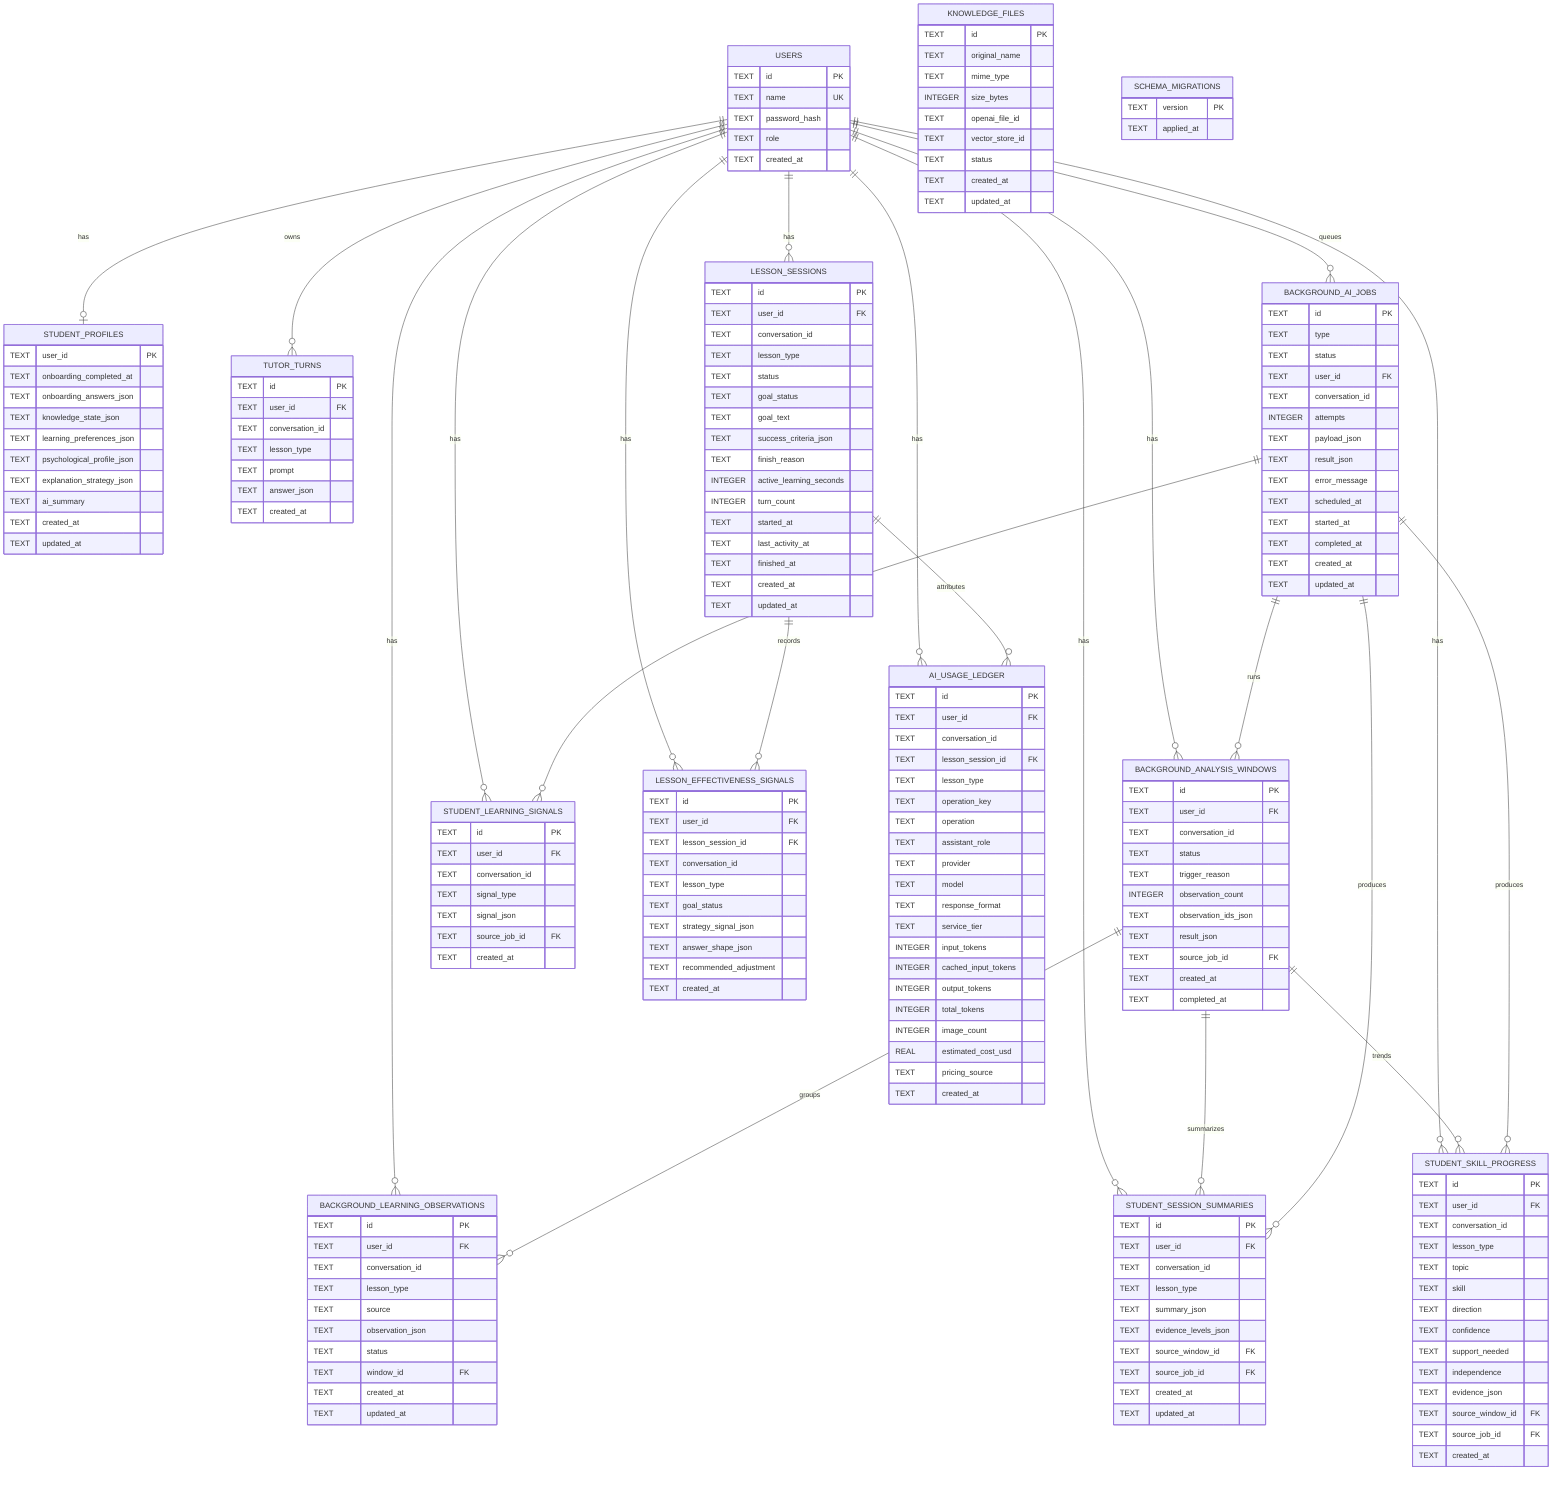
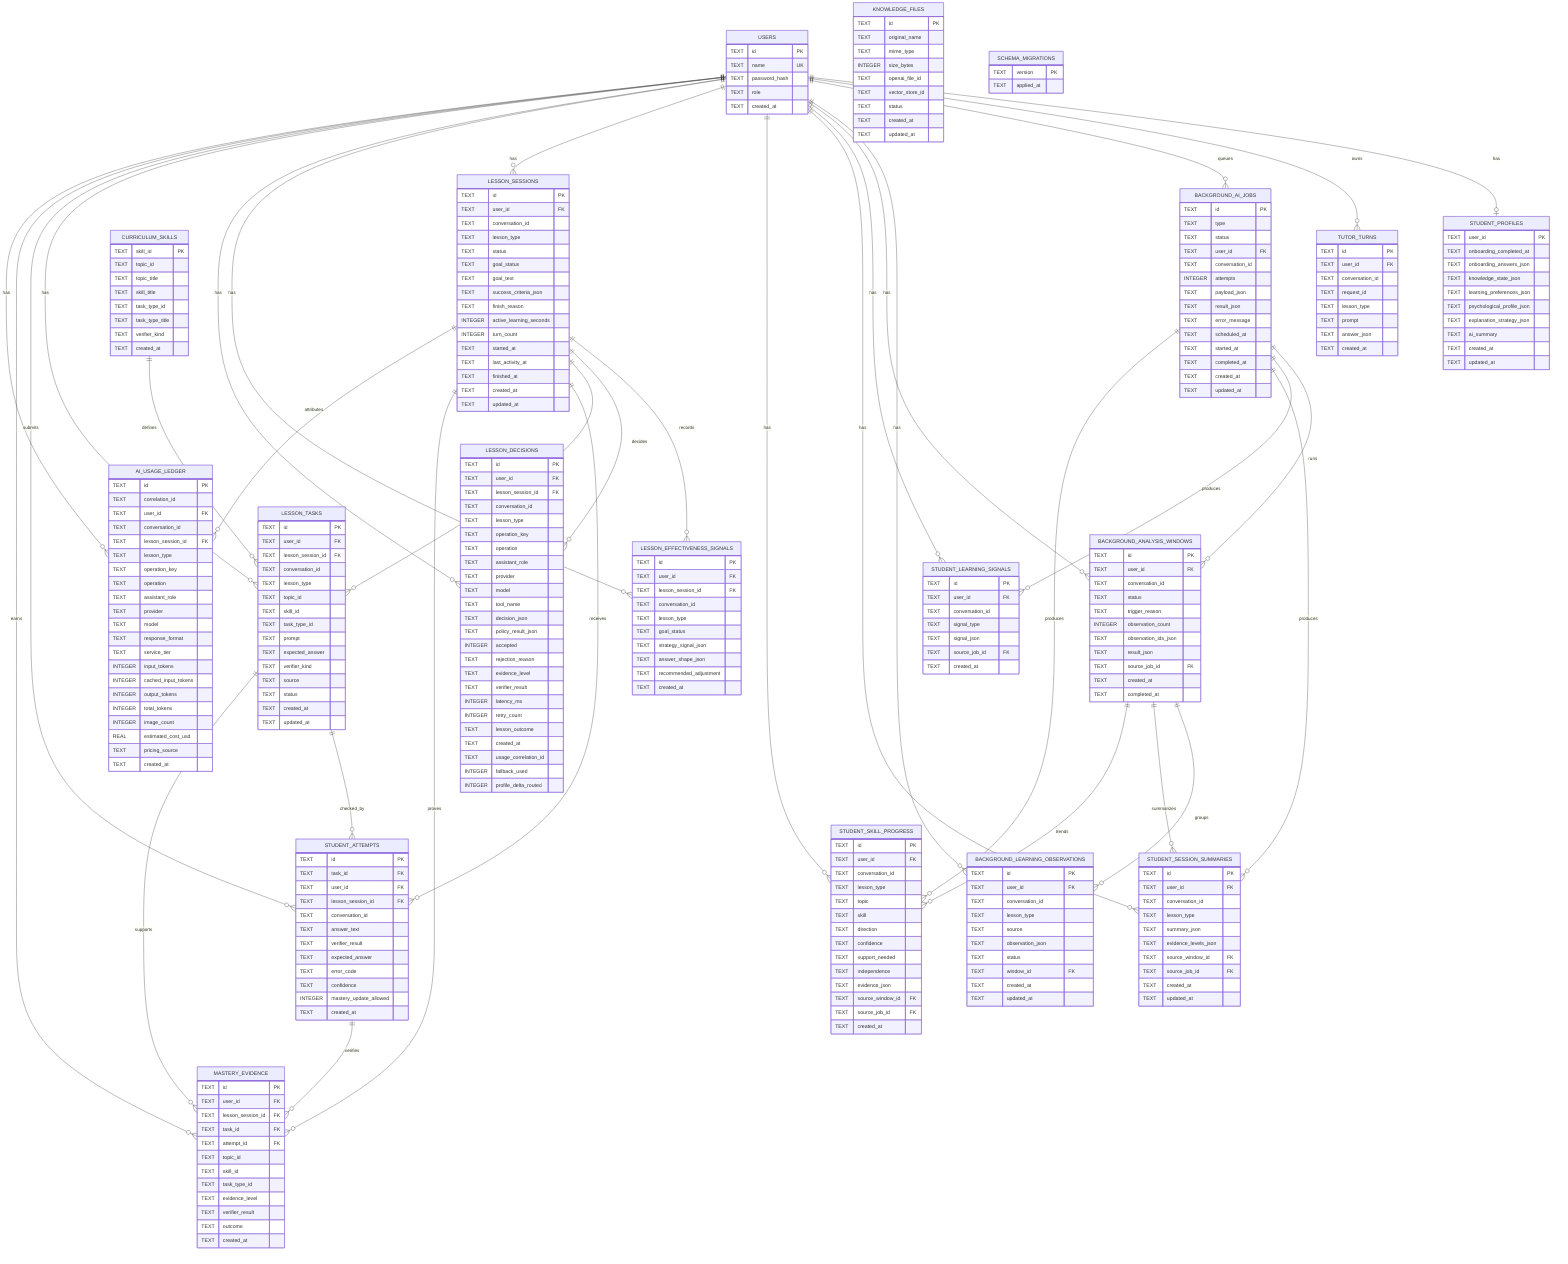
erDiagram
  USERS {
    TEXT id PK
    TEXT name UK
    TEXT password_hash
    TEXT role
    TEXT created_at
  }

  KNOWLEDGE_FILES {
    TEXT id PK
    TEXT original_name
    TEXT mime_type
    INTEGER size_bytes
    TEXT openai_file_id
    TEXT vector_store_id
    TEXT status
    TEXT created_at
    TEXT updated_at
  }

  SCHEMA_MIGRATIONS {
    TEXT version PK
    TEXT applied_at
  }

  STUDENT_PROFILES {
    TEXT user_id PK
    TEXT onboarding_completed_at
    TEXT onboarding_answers_json
    TEXT knowledge_state_json
    TEXT learning_preferences_json
    TEXT psychological_profile_json
    TEXT explanation_strategy_json
    TEXT ai_summary
    TEXT created_at
    TEXT updated_at
  }

  TUTOR_TURNS {
    TEXT id PK
    TEXT user_id FK
    TEXT conversation_id
+     TEXT request_id
    TEXT lesson_type
    TEXT prompt
    TEXT answer_json
    TEXT created_at
  }

  BACKGROUND_AI_JOBS {
    TEXT id PK
    TEXT type
    TEXT status
    TEXT user_id FK
    TEXT conversation_id
    INTEGER attempts
    TEXT payload_json
    TEXT result_json
    TEXT error_message
    TEXT scheduled_at
    TEXT started_at
    TEXT completed_at
    TEXT created_at
    TEXT updated_at
  }

  BACKGROUND_LEARNING_OBSERVATIONS {
    TEXT id PK
    TEXT user_id FK
    TEXT conversation_id
    TEXT lesson_type
    TEXT source
    TEXT observation_json
    TEXT status
    TEXT window_id FK
    TEXT created_at
    TEXT updated_at
  }

  BACKGROUND_ANALYSIS_WINDOWS {
    TEXT id PK
    TEXT user_id FK
    TEXT conversation_id
    TEXT status
    TEXT trigger_reason
    INTEGER observation_count
    TEXT observation_ids_json
    TEXT result_json
    TEXT source_job_id FK
    TEXT created_at
    TEXT completed_at
  }

  STUDENT_LEARNING_SIGNALS {
    TEXT id PK
    TEXT user_id FK
    TEXT conversation_id
    TEXT signal_type
    TEXT signal_json
    TEXT source_job_id FK
    TEXT created_at
  }

  STUDENT_SESSION_SUMMARIES {
    TEXT id PK
    TEXT user_id FK
    TEXT conversation_id
    TEXT lesson_type
    TEXT summary_json
    TEXT evidence_levels_json
    TEXT source_window_id FK
    TEXT source_job_id FK
    TEXT created_at
    TEXT updated_at
  }

  STUDENT_SKILL_PROGRESS {
    TEXT id PK
    TEXT user_id FK
    TEXT conversation_id
    TEXT lesson_type
    TEXT topic
    TEXT skill
    TEXT direction
    TEXT confidence
    TEXT support_needed
    TEXT independence
    TEXT evidence_json
    TEXT source_window_id FK
    TEXT source_job_id FK
    TEXT created_at
  }

  LESSON_SESSIONS {
    TEXT id PK
    TEXT user_id FK
    TEXT conversation_id
    TEXT lesson_type
    TEXT status
    TEXT goal_status
    TEXT goal_text
    TEXT success_criteria_json
    TEXT finish_reason
    INTEGER active_learning_seconds
    INTEGER turn_count
    TEXT started_at
    TEXT last_activity_at
    TEXT finished_at
    TEXT created_at
    TEXT updated_at
  }

  LESSON_EFFECTIVENESS_SIGNALS {
    TEXT id PK
    TEXT user_id FK
    TEXT lesson_session_id FK
    TEXT conversation_id
    TEXT lesson_type
    TEXT goal_status
    TEXT strategy_signal_json
    TEXT answer_shape_json
    TEXT recommended_adjustment
    TEXT created_at
  }

+   LESSON_DECISIONS {
+     TEXT id PK
+     TEXT user_id FK
+     TEXT lesson_session_id FK
+     TEXT conversation_id
+     TEXT lesson_type
+     TEXT operation_key
+     TEXT operation
+     TEXT assistant_role
+     TEXT provider
+     TEXT model
+     TEXT tool_name
+     TEXT decision_json
+     TEXT policy_result_json
+     INTEGER accepted
+     TEXT rejection_reason
+     TEXT evidence_level
+     TEXT verifier_result
+     INTEGER latency_ms
+     INTEGER retry_count
+     TEXT lesson_outcome
+     TEXT created_at
+     TEXT usage_correlation_id
+     INTEGER fallback_used
+     INTEGER profile_delta_routed
+   }
+ 
+   CURRICULUM_SKILLS {
+     TEXT skill_id PK
+     TEXT topic_id
+     TEXT topic_title
+     TEXT skill_title
+     TEXT task_type_id
+     TEXT task_type_title
+     TEXT verifier_kind
+     TEXT created_at
+   }
+ 
+   LESSON_TASKS {
+     TEXT id PK
+     TEXT user_id FK
+     TEXT lesson_session_id FK
+     TEXT conversation_id
+     TEXT lesson_type
+     TEXT topic_id
+     TEXT skill_id
+     TEXT task_type_id
+     TEXT prompt
+     TEXT expected_answer
+     TEXT verifier_kind
+     TEXT source
+     TEXT status
+     TEXT created_at
+     TEXT updated_at
+   }
+ 
+   STUDENT_ATTEMPTS {
+     TEXT id PK
+     TEXT task_id FK
+     TEXT user_id FK
+     TEXT lesson_session_id FK
+     TEXT conversation_id
+     TEXT answer_text
+     TEXT verifier_result
+     TEXT expected_answer
+     TEXT error_code
+     TEXT confidence
+     INTEGER mastery_update_allowed
+     TEXT created_at
+   }
+ 
+   MASTERY_EVIDENCE {
+     TEXT id PK
+     TEXT user_id FK
+     TEXT lesson_session_id FK
+     TEXT task_id FK
+     TEXT attempt_id FK
+     TEXT topic_id
+     TEXT skill_id
+     TEXT task_type_id
+     TEXT evidence_level
+     TEXT verifier_result
+     TEXT outcome
+     TEXT created_at
+   }
+ 
  AI_USAGE_LEDGER {
    TEXT id PK
+     TEXT correlation_id
    TEXT user_id FK
    TEXT conversation_id
    TEXT lesson_session_id FK
    TEXT lesson_type
    TEXT operation_key
    TEXT operation
    TEXT assistant_role
    TEXT provider
    TEXT model
    TEXT response_format
    TEXT service_tier
    INTEGER input_tokens
    INTEGER cached_input_tokens
    INTEGER output_tokens
    INTEGER total_tokens
    INTEGER image_count
    REAL estimated_cost_usd
    TEXT pricing_source
    TEXT created_at
  }

  USERS ||--o| STUDENT_PROFILES : has
  USERS ||--o{ TUTOR_TURNS : owns
  USERS ||--o{ BACKGROUND_AI_JOBS : queues
  USERS ||--o{ BACKGROUND_LEARNING_OBSERVATIONS : has
  USERS ||--o{ BACKGROUND_ANALYSIS_WINDOWS : has
  USERS ||--o{ STUDENT_LEARNING_SIGNALS : has
  USERS ||--o{ STUDENT_SESSION_SUMMARIES : has
  USERS ||--o{ STUDENT_SKILL_PROGRESS : has
  USERS ||--o{ LESSON_SESSIONS : has
  USERS ||--o{ LESSON_EFFECTIVENESS_SIGNALS : has
+   USERS ||--o{ LESSON_DECISIONS : has
+   USERS ||--o{ LESSON_TASKS : has
+   USERS ||--o{ STUDENT_ATTEMPTS : submits
+   USERS ||--o{ MASTERY_EVIDENCE : earns
  USERS ||--o{ AI_USAGE_LEDGER : has
  LESSON_SESSIONS ||--o{ LESSON_EFFECTIVENESS_SIGNALS : records
+   LESSON_SESSIONS ||--o{ LESSON_DECISIONS : decides
+   LESSON_SESSIONS ||--o{ LESSON_TASKS : assigns
+   LESSON_SESSIONS ||--o{ STUDENT_ATTEMPTS : receives
+   LESSON_SESSIONS ||--o{ MASTERY_EVIDENCE : proves
+   LESSON_TASKS ||--o{ STUDENT_ATTEMPTS : checked_by
+   LESSON_TASKS ||--o{ MASTERY_EVIDENCE : supports
+   STUDENT_ATTEMPTS ||--o{ MASTERY_EVIDENCE : verifies
+   CURRICULUM_SKILLS ||--o{ LESSON_TASKS : defines
  LESSON_SESSIONS ||--o{ AI_USAGE_LEDGER : attributes
  BACKGROUND_ANALYSIS_WINDOWS ||--o{ BACKGROUND_LEARNING_OBSERVATIONS : groups
  BACKGROUND_ANALYSIS_WINDOWS ||--o{ STUDENT_SESSION_SUMMARIES : summarizes
  BACKGROUND_ANALYSIS_WINDOWS ||--o{ STUDENT_SKILL_PROGRESS : trends
  BACKGROUND_AI_JOBS ||--o{ BACKGROUND_ANALYSIS_WINDOWS : runs
  BACKGROUND_AI_JOBS ||--o{ STUDENT_LEARNING_SIGNALS : produces
  BACKGROUND_AI_JOBS ||--o{ STUDENT_SESSION_SUMMARIES : produces
  BACKGROUND_AI_JOBS ||--o{ STUDENT_SKILL_PROGRESS : produces
